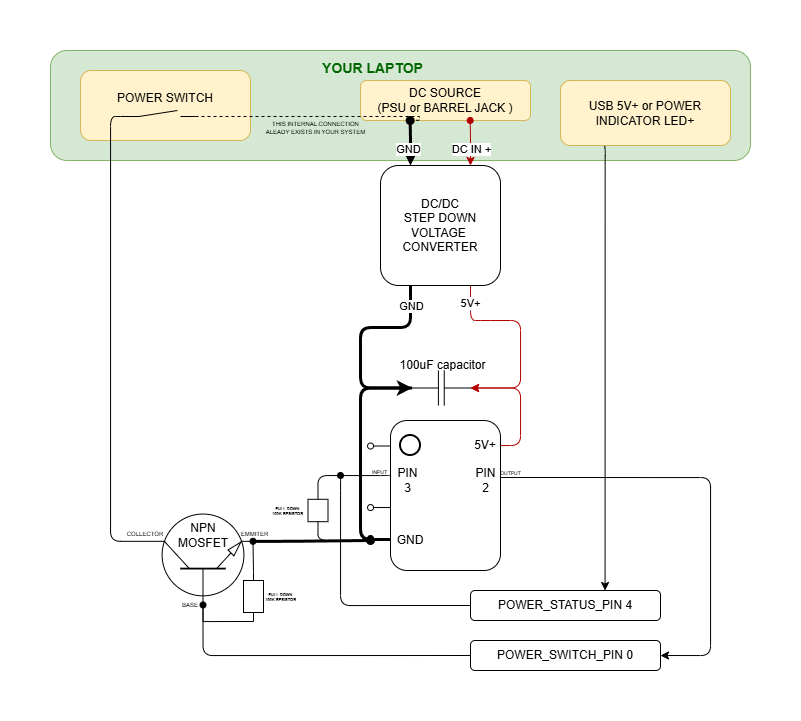
This is img/diagram.png from FukkenMaster/Recover_After_Power_Loss_with_Attiny13A, a draw.io export, as it was before one commit. Source tidied: cells renumbered, new cells last; positions are measured from the earlier drawing's top-left corner, leaving out a move shared by most shapes.
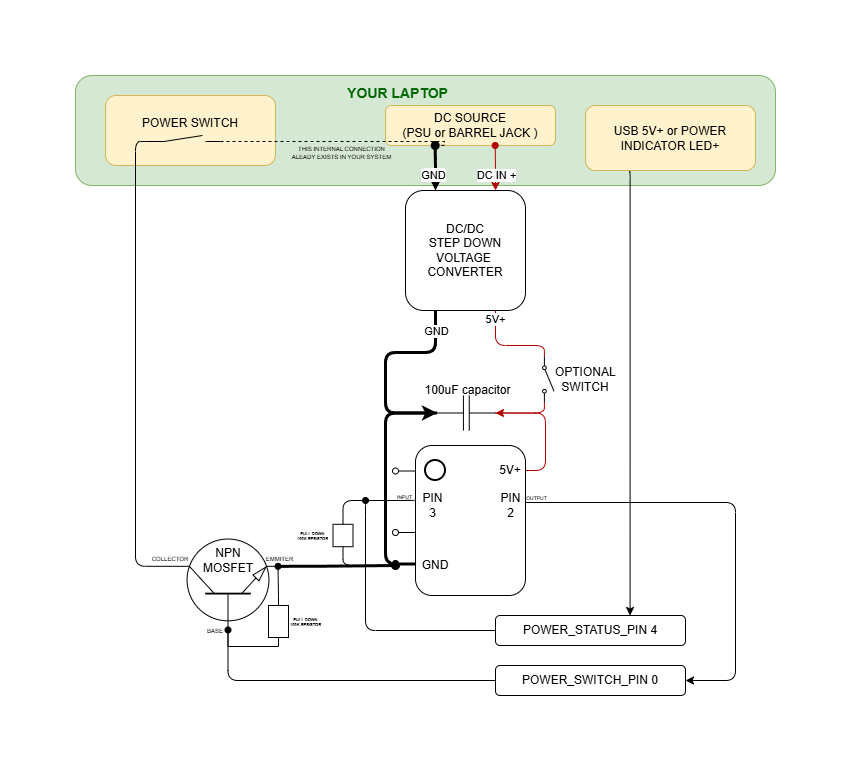
After the change.

Change to the diagram source:
```diff
@@ -74,13 +74,11 @@
     <mxCell id="20" value="POWER SWITCH&lt;br&gt;&lt;div&gt;&lt;br/&gt;&lt;/div&gt;" style="rounded=1;whiteSpace=wrap;html=1;fillColor=#fff2cc;strokeColor=#d6b656;" parent="1" vertex="1">
       <mxGeometry x="30" y="20" width="170" height="70" as="geometry" />
     </mxCell>
-    <mxCell id="21" style="edgeStyle=orthogonalEdgeStyle;rounded=1;jettySize=auto;html=1;exitX=0.75;exitY=1;exitDx=0;exitDy=0;entryX=1;entryY=0.5;entryDx=0;entryDy=0;entryPerimeter=0;fillColor=#e51400;strokeColor=#B20000;curved=0;" parent="1" edge="1" source="23" target="6">
+    <mxCell id="21" style="edgeStyle=orthogonalEdgeStyle;rounded=1;jettySize=auto;html=1;exitX=0.75;exitY=1;exitDx=0;exitDy=0;entryX=0;entryY=0.8;entryDx=0;entryDy=0;fillColor=#e51400;strokeColor=#B20000;curved=0;endArrow=none;endFill=0;" parent="1" edge="1" source="23" target="59">
       <mxGeometry relative="1" as="geometry">
         <Array as="points">
-          <mxPoint x="430" y="270" />
-          <mxPoint x="470" y="270" />
-          <mxPoint x="470" y="338" />
-          <mxPoint x="420" y="338" />
+          <mxPoint x="420" y="270" />
+          <mxPoint x="469" y="270" />
         </Array>
       </mxGeometry>
     </mxCell>
@@ -257,5 +255,18 @@
     <mxCell id="58" style="edgeStyle=orthogonalEdgeStyle;rounded=1;jettySize=auto;html=1;exitX=1;exitY=0.5;exitDx=0;exitDy=0;entryX=1;entryY=0.5;entryDx=0;entryDy=0;entryPerimeter=0;strokeColor=light-dark(#B20000,#CC0000);curved=0;" parent="1" edge="1" source="9" target="6">
       <mxGeometry relative="1" as="geometry" />
     </mxCell>
+    <mxCell id="59" style="html=1;shape=mxgraph.electrical.electro-mechanical.singleSwitch;elSwitchState=off;rotation=90;" parent="1" vertex="1">
+      <mxGeometry x="450" y="298" width="45" height="12" as="geometry" />
+    </mxCell>
+    <mxCell id="60" style="edgeStyle=orthogonalEdgeStyle;rounded=1;jettySize=auto;html=1;exitX=1;exitY=0.8;exitDx=0;exitDy=0;entryX=1;entryY=0.5;entryDx=0;entryDy=0;fillColor=#e51400;strokeColor=#B20000;curved=0;endArrow=none;endFill=0;entryPerimeter=0;" parent="1" edge="1" source="59" target="6">
+      <mxGeometry relative="1" as="geometry">
+        <Array as="points">
+          <mxPoint x="469" y="338" />
+        </Array>
+      </mxGeometry>
+    </mxCell>
+    <mxCell id="61" value="OPTIONAL SWITCH" style="text;html=1;whiteSpace=wrap;strokeColor=none;fillColor=none;align=center;verticalAlign=middle;rounded=0;" parent="1" vertex="1">
+      <mxGeometry x="480" y="289" width="60" height="30" as="geometry" />
+    </mxCell>
   </root>
 </mxGraphModel>
```
